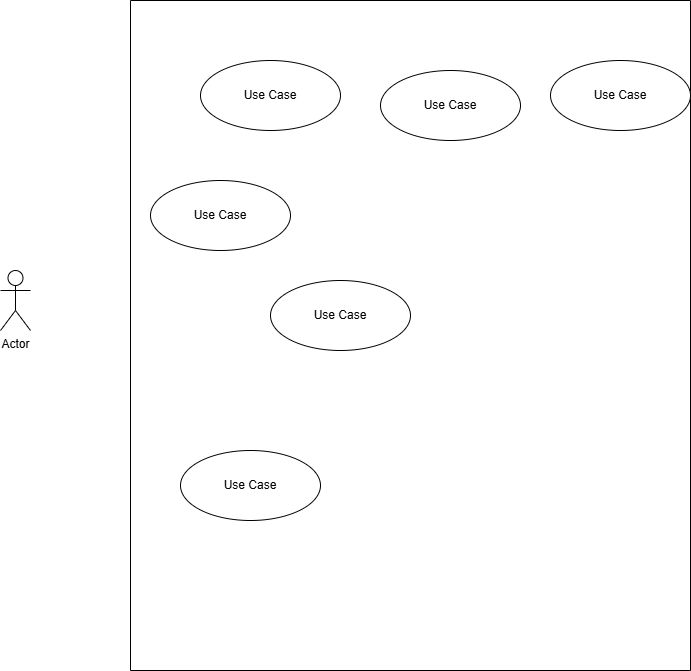
LeQuan114/cinema_system keeps this draw.io diagram as customer_care_function.drawio.png. Above is the earlier version. Source tidied: cells renumbered, new cells last; positions are measured from the earlier drawing's top-left corner, leaving out a move shared by most shapes. Its diagram source:
```xml
<mxGraphModel>
  <root>
    <mxCell id="0" />
    <mxCell id="1" parent="0" />
    <mxCell id="2" style="swimlane;startSize=0;" parent="1" vertex="1">
      <mxGeometry x="130" width="560" height="670" as="geometry" />
    </mxCell>
    <mxCell id="3" value="Use Case" style="ellipse;whiteSpace=wrap;html=1;" parent="2" vertex="1">
      <mxGeometry x="70" y="60" width="140" height="70" as="geometry" />
    </mxCell>
    <mxCell id="4" value="Use Case" style="ellipse;whiteSpace=wrap;html=1;" parent="2" vertex="1">
      <mxGeometry x="250" y="70" width="140" height="70" as="geometry" />
    </mxCell>
    <mxCell id="5" value="Use Case" style="ellipse;whiteSpace=wrap;html=1;" parent="2" vertex="1">
      <mxGeometry x="420" y="60" width="140" height="70" as="geometry" />
    </mxCell>
    <mxCell id="6" value="Use Case" style="ellipse;whiteSpace=wrap;html=1;" parent="2" vertex="1">
      <mxGeometry x="20" y="180" width="140" height="70" as="geometry" />
    </mxCell>
    <mxCell id="7" value="Use Case" style="ellipse;whiteSpace=wrap;html=1;" parent="2" vertex="1">
      <mxGeometry x="50" y="450" width="140" height="70" as="geometry" />
    </mxCell>
    <mxCell id="8" value="Use Case" style="ellipse;whiteSpace=wrap;html=1;" parent="2" vertex="1">
      <mxGeometry x="140" y="280" width="140" height="70" as="geometry" />
    </mxCell>
    <mxCell id="9" value="Actor" style="shape=umlActor;verticalLabelPosition=bottom;verticalAlign=top;html=1;" parent="1" vertex="1">
      <mxGeometry y="270" width="30" height="60" as="geometry" />
    </mxCell>
  </root>
</mxGraphModel>
```
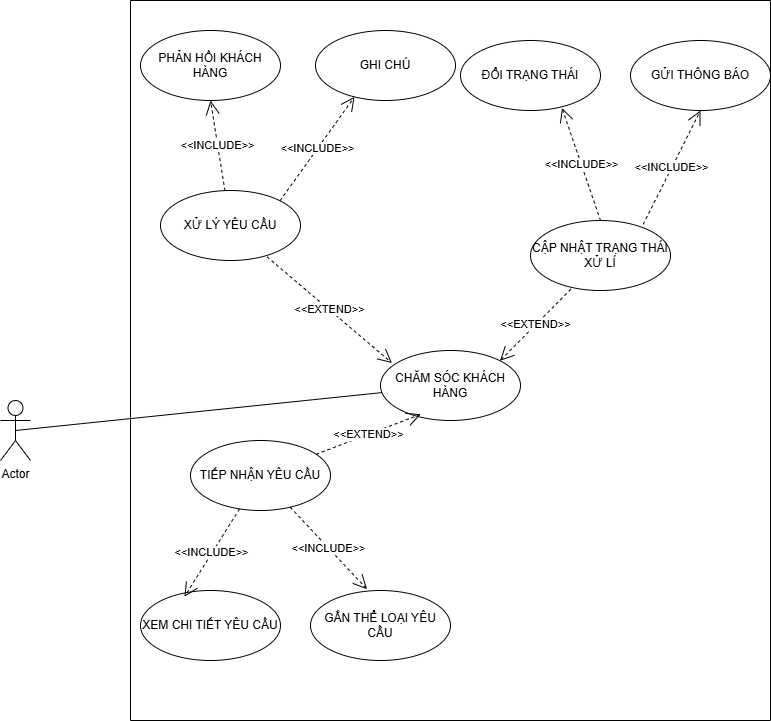
After the change.

Diff of the diagram source:
```diff
@@ -3,28 +3,75 @@
     <mxCell id="0" />
     <mxCell id="1" parent="0" />
     <mxCell id="2" style="swimlane;startSize=0;" parent="1" vertex="1">
-      <mxGeometry x="130" width="560" height="670" as="geometry" />
+      <mxGeometry x="130" y="-50" width="640" height="720" as="geometry" />
     </mxCell>
-    <mxCell id="3" value="Use Case" style="ellipse;whiteSpace=wrap;html=1;" parent="2" vertex="1">
-      <mxGeometry x="70" y="60" width="140" height="70" as="geometry" />
+    <mxCell id="3" value="TIẾP NHẬN YÊU CẦU" style="ellipse;whiteSpace=wrap;html=1;" parent="2" vertex="1">
+      <mxGeometry x="60" y="440" width="140" height="70" as="geometry" />
     </mxCell>
-    <mxCell id="4" value="Use Case" style="ellipse;whiteSpace=wrap;html=1;" parent="2" vertex="1">
-      <mxGeometry x="250" y="70" width="140" height="70" as="geometry" />
+    <mxCell id="4" value="CẬP NHẬT TRẠNG THÁI XỬ LÍ" style="ellipse;whiteSpace=wrap;html=1;" parent="2" vertex="1">
+      <mxGeometry x="400" y="220" width="140" height="70" as="geometry" />
     </mxCell>
-    <mxCell id="5" value="Use Case" style="ellipse;whiteSpace=wrap;html=1;" parent="2" vertex="1">
-      <mxGeometry x="420" y="60" width="140" height="70" as="geometry" />
-    </mxCell>
-    <mxCell id="6" value="Use Case" style="ellipse;whiteSpace=wrap;html=1;" parent="2" vertex="1">
-      <mxGeometry x="20" y="180" width="140" height="70" as="geometry" />
+    <mxCell id="6" value="XỬ LÝ YÊU CẦU" style="ellipse;whiteSpace=wrap;html=1;" parent="2" vertex="1">
+      <mxGeometry x="30" y="190" width="140" height="70" as="geometry" />
     </mxCell>
-    <mxCell id="7" value="Use Case" style="ellipse;whiteSpace=wrap;html=1;" parent="2" vertex="1">
-      <mxGeometry x="50" y="450" width="140" height="70" as="geometry" />
-    </mxCell>
-    <mxCell id="8" value="Use Case" style="ellipse;whiteSpace=wrap;html=1;" parent="2" vertex="1">
-      <mxGeometry x="140" y="280" width="140" height="70" as="geometry" />
+    <mxCell id="8" value="CHĂM SÓC KHÁCH HÀNG" style="ellipse;whiteSpace=wrap;html=1;" parent="2" vertex="1">
+      <mxGeometry x="250" y="350" width="140" height="70" as="geometry" />
     </mxCell>
+    <mxCell id="10" value="&amp;lt;&amp;lt;EXTEND&amp;gt;&amp;gt;" style="endArrow=open;endSize=12;dashed=1;html=1;rounded=0;entryX=0.082;entryY=0.179;entryDx=0;entryDy=0;entryPerimeter=0;exitX=0.761;exitY=0.947;exitDx=0;exitDy=0;exitPerimeter=0;" parent="2" edge="1" source="6" target="8">
+      <mxGeometry relative="1" as="geometry" />
+    </mxCell>
+    <mxCell id="11" value="&amp;lt;&amp;lt;EXTEND&amp;gt;&amp;gt;" style="endArrow=open;endSize=12;dashed=1;html=1;rounded=0;entryX=1;entryY=0;entryDx=0;entryDy=0;exitX=0.288;exitY=0.982;exitDx=0;exitDy=0;exitPerimeter=0;" parent="2" edge="1" source="4" target="8">
+      <mxGeometry relative="1" as="geometry" />
+    </mxCell>
+    <mxCell id="12" style="edgeStyle=orthogonalEdgeStyle;rounded=0;orthogonalLoop=1;jettySize=auto;html=1;exitX=0.5;exitY=1;exitDx=0;exitDy=0;" parent="2" edge="1" source="3" target="3">
+      <mxGeometry relative="1" as="geometry" />
+    </mxCell>
+    <mxCell id="13" value="&amp;lt;&amp;lt;EXTEND&amp;gt;&amp;gt;" style="endArrow=open;endSize=12;dashed=1;html=1;rounded=0;entryX=0.288;entryY=0.911;entryDx=0;entryDy=0;entryPerimeter=0;" parent="2" edge="1" source="3" target="8">
+      <mxGeometry relative="1" as="geometry" />
+    </mxCell>
+    <mxCell id="14" value="GHI CHÚ" style="ellipse;whiteSpace=wrap;html=1;" parent="2" vertex="1">
+      <mxGeometry x="185" y="30" width="140" height="70" as="geometry" />
+    </mxCell>
+    <mxCell id="15" value="PHẢN HỒI KHÁCH HÀNG" style="ellipse;whiteSpace=wrap;html=1;" parent="2" vertex="1">
+      <mxGeometry x="10" y="30" width="140" height="70" as="geometry" />
+    </mxCell>
+    <mxCell id="16" value="&amp;lt;&amp;lt;INCLUDE&amp;gt;&amp;gt;" style="endArrow=open;endSize=12;dashed=1;html=1;rounded=0;entryX=0.5;entryY=1;entryDx=0;entryDy=0;" parent="2" edge="1" source="6" target="15">
+      <mxGeometry relative="1" as="geometry" />
+    </mxCell>
+    <mxCell id="17" value="&amp;lt;&amp;lt;INCLUDE&amp;gt;&amp;gt;" style="endArrow=open;endSize=12;dashed=1;html=1;rounded=0;entryX=0.279;entryY=0.947;entryDx=0;entryDy=0;entryPerimeter=0;exitX=1;exitY=0;exitDx=0;exitDy=0;" parent="2" edge="1" source="6" target="14">
+      <mxGeometry relative="1" as="geometry" />
+    </mxCell>
+    <mxCell id="18" value="XEM CHI TIẾT YÊU CẦU" style="ellipse;whiteSpace=wrap;html=1;" parent="2" vertex="1">
+      <mxGeometry x="10" y="590" width="140" height="70" as="geometry" />
+    </mxCell>
+    <mxCell id="19" value="GẮN THỂ LOẠI YÊU CẦU" style="ellipse;whiteSpace=wrap;html=1;" parent="2" vertex="1">
+      <mxGeometry x="180" y="590" width="140" height="70" as="geometry" />
+    </mxCell>
+    <mxCell id="20" value="&amp;lt;&amp;lt;INCLUDE&amp;gt;&amp;gt;" style="endArrow=open;endSize=12;dashed=1;html=1;rounded=0;entryX=0.314;entryY=0.089;entryDx=0;entryDy=0;entryPerimeter=0;" parent="2" edge="1" source="3" target="18">
+      <mxGeometry relative="1" as="geometry" />
+    </mxCell>
+    <mxCell id="21" value="&amp;lt;&amp;lt;INCLUDE&amp;gt;&amp;gt;" style="endArrow=open;endSize=12;dashed=1;html=1;rounded=0;entryX=0.404;entryY=-0.018;entryDx=0;entryDy=0;entryPerimeter=0;" parent="2" edge="1" source="3" target="19">
+      <mxGeometry relative="1" as="geometry" />
+    </mxCell>
+    <mxCell id="22" value="GỬI THÔNG BÁO" style="ellipse;whiteSpace=wrap;html=1;" parent="2" vertex="1">
+      <mxGeometry x="500" y="40" width="140" height="70" as="geometry" />
+    </mxCell>
+    <mxCell id="23" value="ĐỔI TRẠNG THÁI" style="ellipse;whiteSpace=wrap;html=1;" parent="2" vertex="1">
+      <mxGeometry x="330" y="40" width="140" height="70" as="geometry" />
+    </mxCell>
+    <mxCell id="24" value="&amp;lt;&amp;lt;INCLUDE&amp;gt;&amp;gt;" style="endArrow=open;endSize=12;dashed=1;html=1;rounded=0;exitX=0.805;exitY=0.054;exitDx=0;exitDy=0;exitPerimeter=0;entryX=0.5;entryY=1;entryDx=0;entryDy=0;" parent="2" edge="1" source="4" target="22">
+      <mxGeometry relative="1" as="geometry" />
+    </mxCell>
     <mxCell id="9" value="Actor" style="shape=umlActor;verticalLabelPosition=bottom;verticalAlign=top;html=1;" parent="1" vertex="1">
-      <mxGeometry y="270" width="30" height="60" as="geometry" />
+      <mxGeometry y="350" width="30" height="60" as="geometry" />
     </mxCell>
+    <mxCell id="25" style="endArrow=none;html=1;rounded=0;exitX=0.5;exitY=0.5;exitDx=0;exitDy=0;exitPerimeter=0;" parent="1" edge="1" source="9" target="8">
+      <mxGeometry relative="1" as="geometry" />
+    </mxCell>
+    <mxCell id="26" value="&amp;lt;&amp;lt;INCLUDE&amp;gt;&amp;gt;" style="endArrow=open;endSize=12;dashed=1;html=1;rounded=0;entryX=0.725;entryY=0.964;entryDx=0;entryDy=0;entryPerimeter=0;" parent="1" edge="1" target="23">
+      <mxGeometry relative="1" as="geometry">
+        <mxPoint x="600" y="170" as="sourcePoint" />
+      </mxGeometry>
+    </mxCell>
   </root>
 </mxGraphModel>
```
